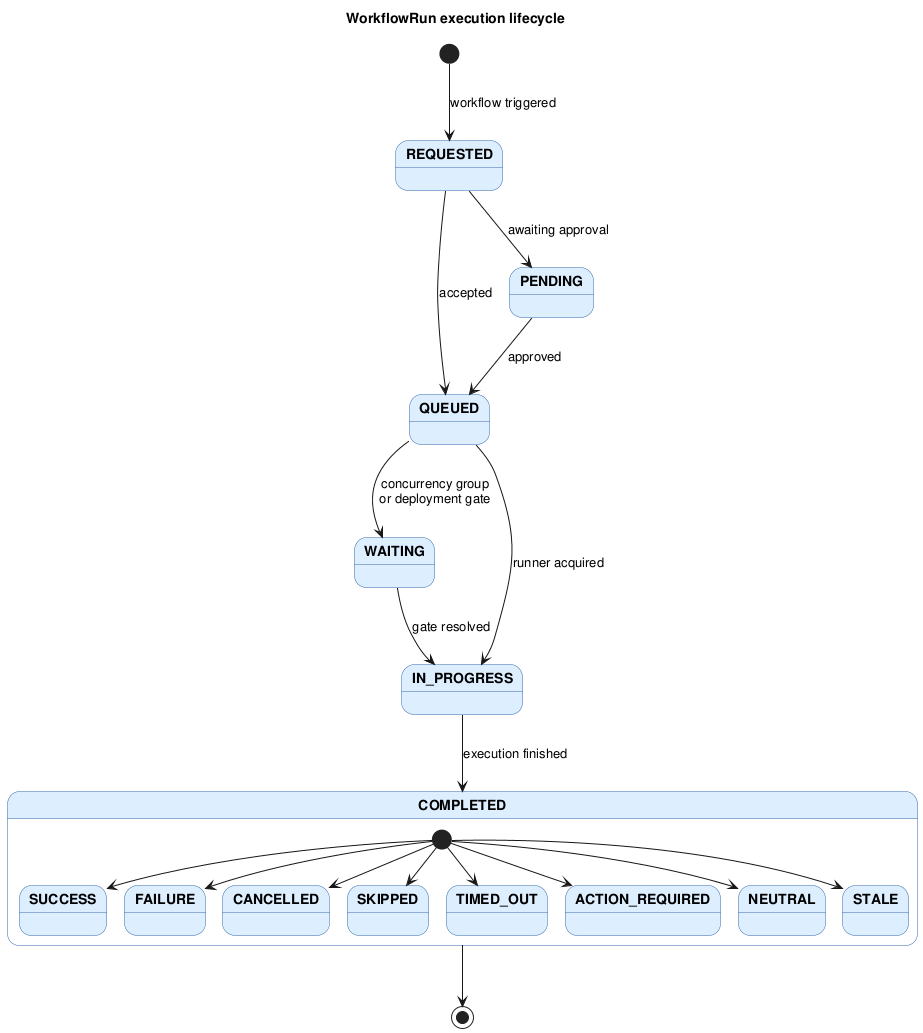
Above: experiments/pipeline/test_driven/github-workflow-manager/artifacts/state_diagram_workflow_execution.png in DanielRiha8906/Software_autoevolution_using_agents (PlantUML), before the change. Its diagram source:
```plantuml
@startuml state_diagram_workflow_execution

title WorkflowRun execution lifecycle

skinparam state {
  BackgroundColor #DDEEFF
  BorderColor #3366AA
  FontStyle bold
}

[*] --> REQUESTED : workflow triggered

REQUESTED --> QUEUED   : accepted
REQUESTED --> PENDING  : awaiting approval

PENDING   --> QUEUED   : approved

QUEUED    --> WAITING    : concurrency group\nor deployment gate
QUEUED    --> IN_PROGRESS : runner acquired

WAITING   --> IN_PROGRESS : gate resolved

state COMPLETED {
  [*] --> SUCCESS
  [*] --> FAILURE
  [*] --> CANCELLED
  [*] --> SKIPPED
  [*] --> TIMED_OUT
  [*] --> ACTION_REQUIRED
  [*] --> NEUTRAL
  [*] --> STALE
}

IN_PROGRESS --> COMPLETED : execution finished

COMPLETED --> [*]

@enduml
```
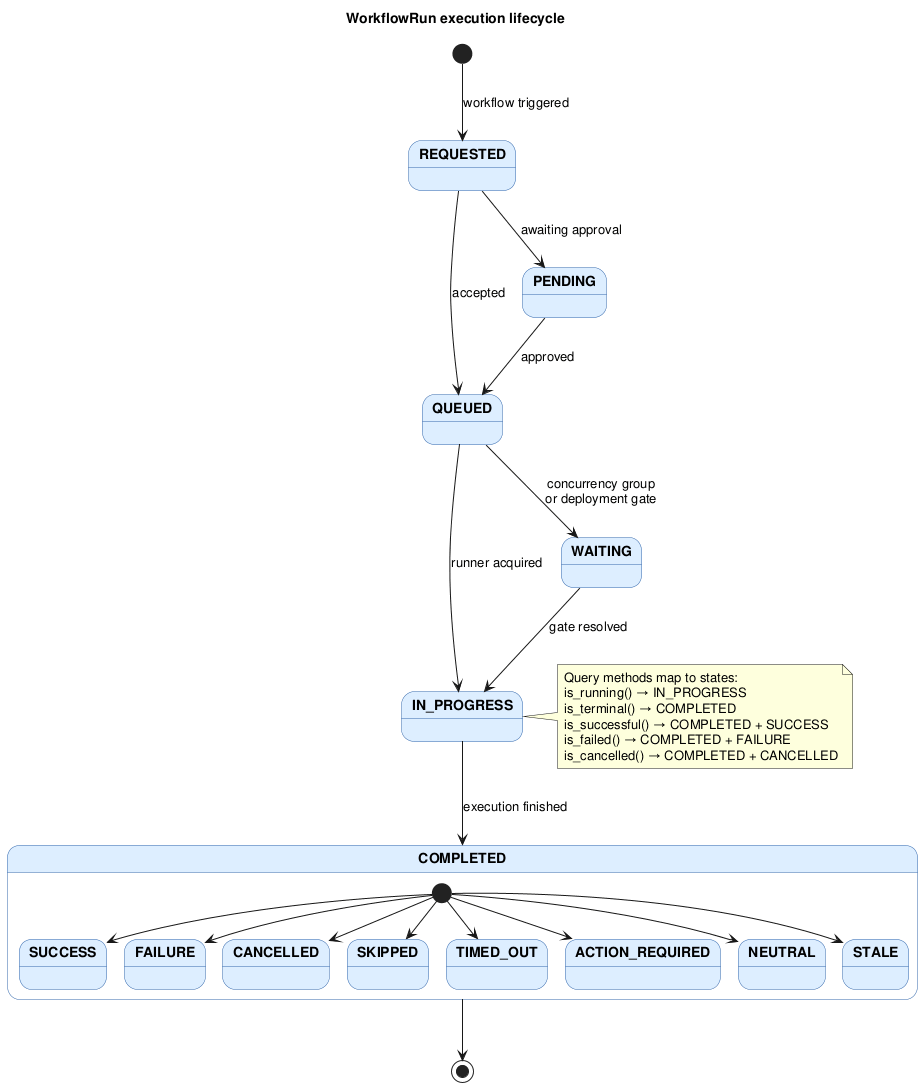
Above is the later version.

Change to the diagram source:
```diff
@@ -35,4 +35,13 @@
 
 COMPLETED --> [*]
 
+note right of IN_PROGRESS
+  Query methods map to states:
+  is_running() → IN_PROGRESS
+  is_terminal() → COMPLETED
+  is_successful() → COMPLETED + SUCCESS
+  is_failed() → COMPLETED + FAILURE
+  is_cancelled() → COMPLETED + CANCELLED
+end note
+
 @enduml
```
